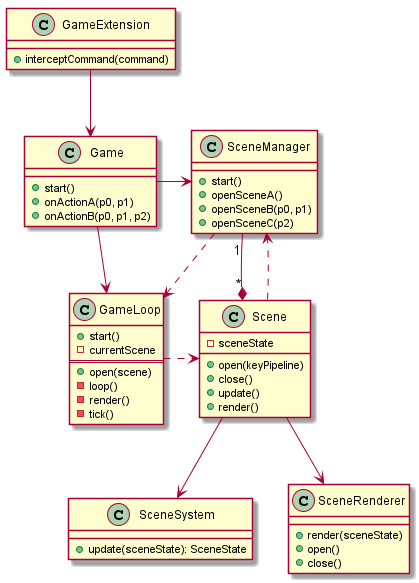
This is doc/game.png from olivierperez/SoulGame, a PlantUML export, as it was before one commit.
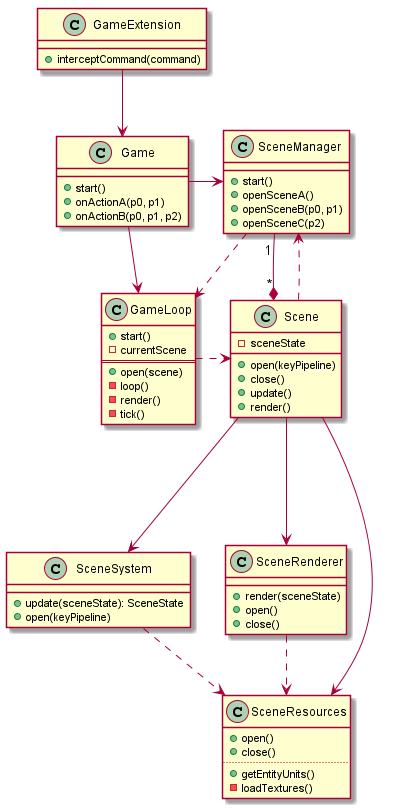
The same file after the commit.

Diff of the diagram source:
```diff
@@ -37,12 +37,21 @@
 
 class SceneSystem {
     + update(sceneState): SceneState
+    + open(keyPipeline)
 }
 
 class SceneRenderer {
     + render(sceneState)
     + open()
     + close()
+}
+
+class SceneResources {
+    + open()
+    + close()
+    ..
+    + getEntityUnits()
+    - loadTextures()
 }
 
 GameExtension --> Game
@@ -56,7 +65,11 @@
 SceneManager "1" -* "*" Scene
 
 Scene ...> SceneManager
-Scene --> SceneSystem
-Scene --> SceneRenderer
+Scene ---> SceneSystem
+Scene ---> SceneRenderer
+Scene --> SceneResources
+
+SceneSystem ..> SceneResources
+SceneRenderer ..> SceneResources
 
 @enduml
```
